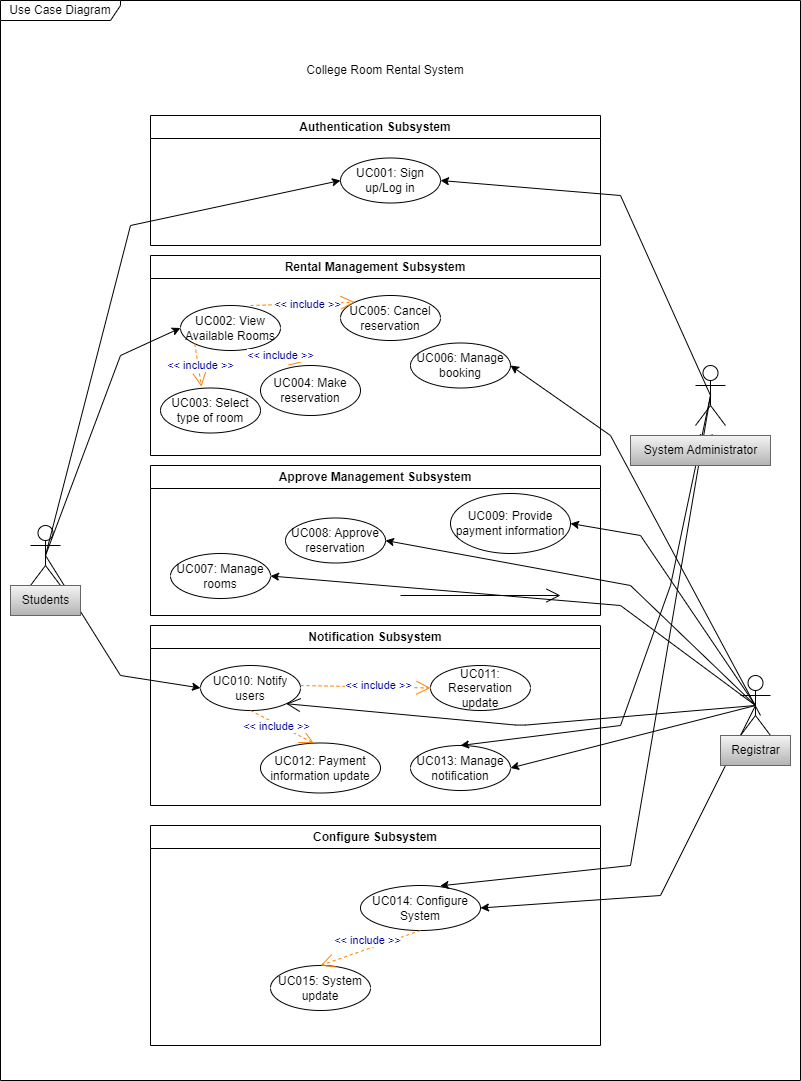
drshahizan/software-engineering keeps this draw.io diagram as project/drawio/Alpha/useCasediagram.drawio.png. Above is the earlier version. Source tidied: cells renumbered, new cells last; positions are measured from the earlier drawing's top-left corner, leaving out a move shared by most shapes.
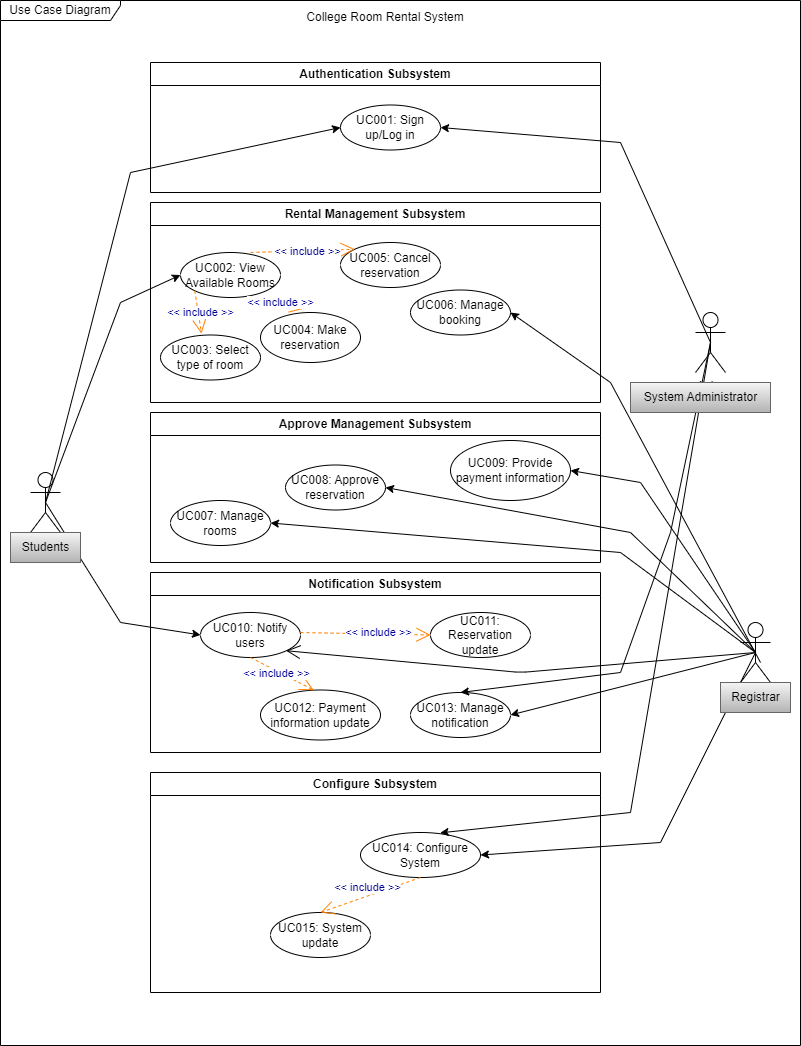
The same diagram one commit later.

Diff of the diagram source:
```diff
@@ -181,12 +181,6 @@
     <mxCell id="44" value="Students" style="text;html=1;align=center;verticalAlign=middle;strokeColor=#666666;fillColor=#f5f5f5;gradientColor=#b3b3b3;" parent="1" vertex="1">
       <mxGeometry x="10" y="585" width="70" height="30" as="geometry" />
     </mxCell>
-    <mxCell id="45" style="endArrow=open;endFill=1;endSize=12;html=1;" parent="1" edge="1">
-      <mxGeometry relative="1" as="geometry">
-        <mxPoint x="400" y="595" as="sourcePoint" />
-        <mxPoint x="560" y="595" as="targetPoint" />
-      </mxGeometry>
-    </mxCell>
     <mxCell id="46" style="endArrow=open;endFill=1;endSize=12;html=1;exitX=0.5;exitY=0.5;exitDx=0;exitDy=0;exitPerimeter=0;entryX=1;entryY=1;entryDx=0;entryDy=0;" parent="1" edge="1" source="31" target="19">
       <mxGeometry relative="1" as="geometry">
         <Array as="points">
@@ -206,7 +200,7 @@
       <mxGeometry x="630" y="435" width="140" height="30" as="geometry" />
     </mxCell>
     <mxCell id="49" value="Use Case Diagram" style="shape=umlFrame;whiteSpace=wrap;html=1;width=120;height=20;" parent="1" vertex="1">
-      <mxGeometry width="800" height="1080" as="geometry" />
+      <mxGeometry y="53" width="800" height="1045" as="geometry" />
     </mxCell>
   </root>
 </mxGraphModel>
```
